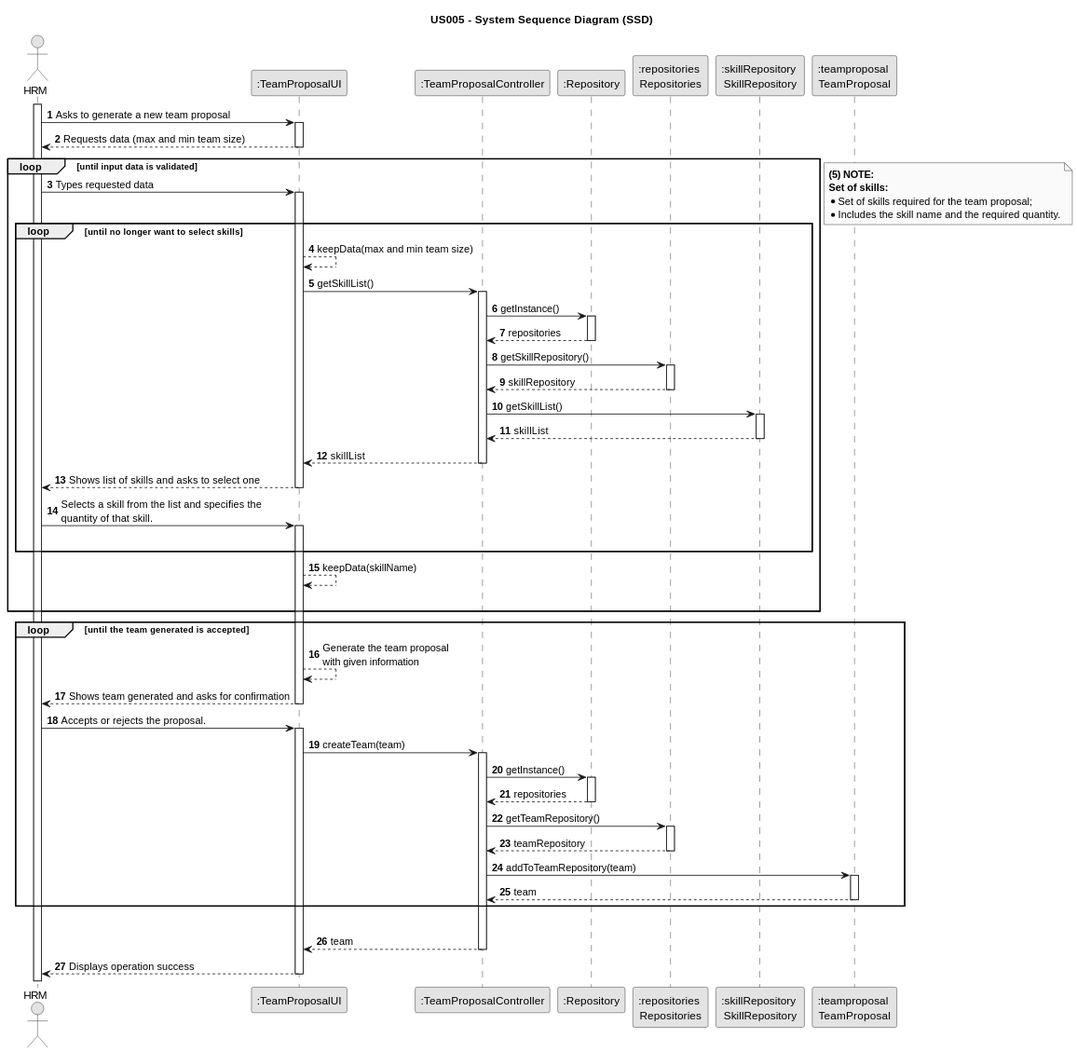
Above: docs/sprintB/us005/03.design/svg/us005-sequence-diagram.svg in Rui-San/LAPR2_2023_2024 (PlantUML), before the change. Source of this version:
```plantuml
@startuml
skinparam monochrome true
skinparam packageStyle rectangle
skinparam shadowing false

title US005 - System Sequence Diagram (SSD)

autonumber

actor "HRM" as Employee
participant ":TeamProposalUI" as System
participant ":TeamProposalController" as TPC
participant ":Repository" as REP
participant ":repositories \nRepositories" as REPS
participant ":skillRepository \nSkillRepository" as SR
participant ":teamproposal \nTeamProposal" as TP


activate Employee

    Employee -> System : Asks to generate a new team proposal
    activate System

        System --> Employee : Requests data (max and min team size)
    deactivate System

    loop until input data is validated

    Employee -> System : Types requested data


    |||
        loop until no longer want to select skills
            activate System
                System --> System : keepData(max and min team size)
                System -> TPC : getSkillList()

                activate TPC
                    TPC -> REP : getInstance()

                    activate REP
                        REP --> TPC : repositories
                    deactivate REP
                    TPC -> REPS : getSkillRepository()

                    activate REPS
                        REPS --> TPC : skillRepository
                    deactivate REPS

                    TPC -> SR : getSkillList()

                    activate SR
                    SR --> TPC : skillList
                    deactivate SR

                    TPC --> System : skillList
                deactivate TPC
                System --> Employee : Shows list of skills and asks to select one
            deactivate System

            Employee -> System : Selects a skill from the list and specifies the \nquantity of that skill.
            activate System
    |||
        end loop

    System --> System : keepData(skillName)
    |||

        end loop

        note right
                **(5) NOTE:**
                **Set of skills:**
                *Set of skills required for the team proposal;
                *Includes the skill name and the required quantity.
        end note

    loop until the team generated is accepted
    System --> System: Generate the team proposal\nwith given information


        System --> Employee : Shows team generated and asks for confirmation

    deactivate System


    Employee -> System : Accepts or rejects the proposal.
    activate System
        System -> TPC : createTeam(team)
        activate TPC
            TPC -> REP : getInstance()

                activate REP
                REP --> TPC : repositories
                deactivate REP
                TPC -> REPS : getTeamRepository()

                activate REPS
                REPS --> TPC : teamRepository
                deactivate REPS
                TPC -> TP : addToTeamRepository(team)

                activate TP
                TP --> TPC : team
                deactivate TP


    end loop
    |||
        TPC --> System : team
        deactivate TPC


        System --> Employee : Displays operation success
    deactivate System
@enduml
```
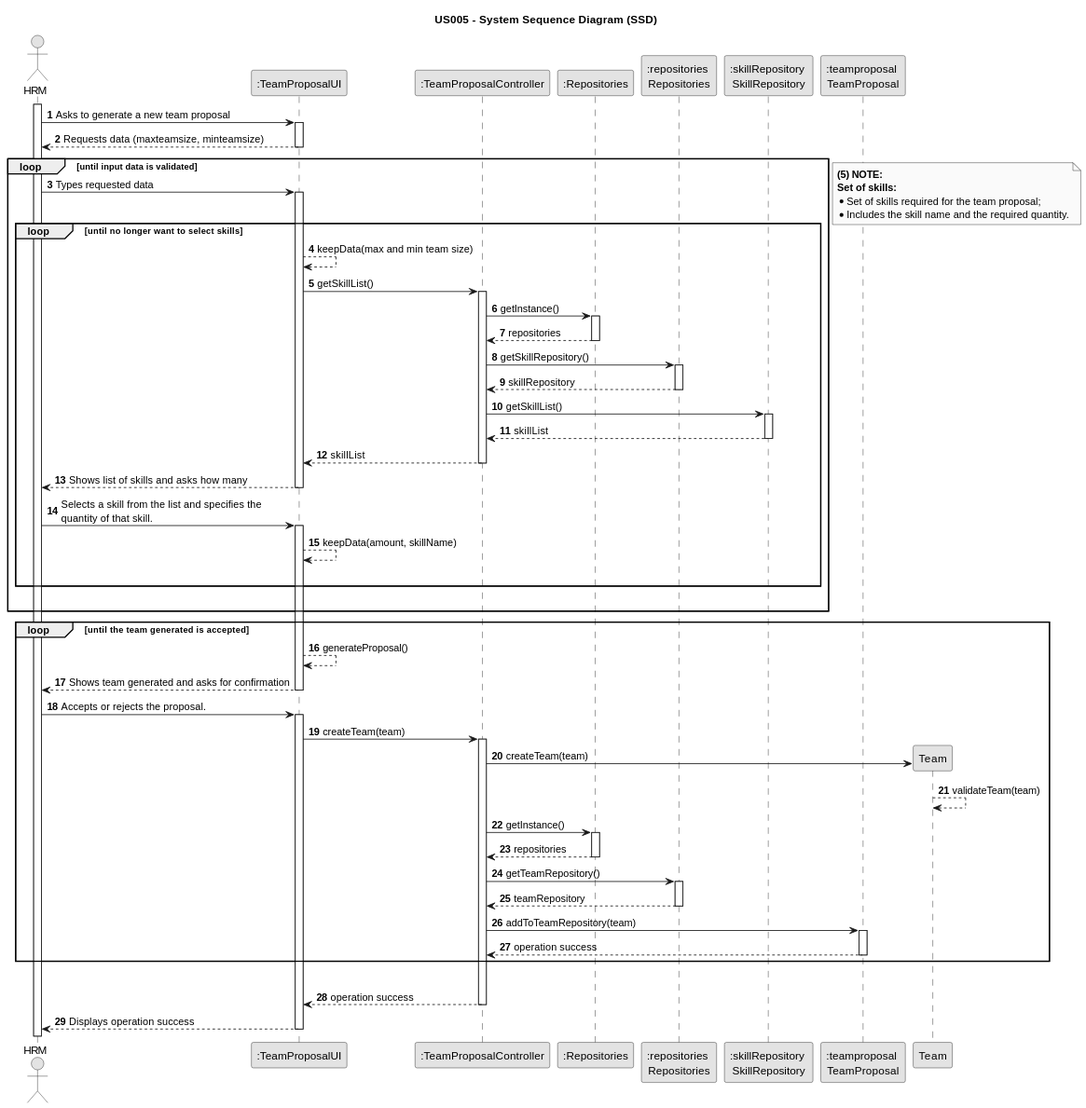
Later version of the same file.

Commit message:
us005\design: -sequence diagram adjusted and SVG generated

Diff of the diagram source:
```diff
@@ -10,7 +10,7 @@
 actor "HRM" as Employee
 participant ":TeamProposalUI" as System
 participant ":TeamProposalController" as TPC
-participant ":Repository" as REP
+participant ":Repositories" as REP
 participant ":repositories \nRepositories" as REPS
 participant ":skillRepository \nSkillRepository" as SR
 participant ":teamproposal \nTeamProposal" as TP
@@ -21,7 +21,7 @@
     Employee -> System : Asks to generate a new team proposal
     activate System
 
-        System --> Employee : Requests data (max and min team size)
+        System --> Employee : Requests data (maxteamsize, minteamsize)
     deactivate System
 
     loop until input data is validated
@@ -55,15 +55,15 @@
 
                     TPC --> System : skillList
                 deactivate TPC
-                System --> Employee : Shows list of skills and asks to select one
+                System --> Employee : Shows list of skills and asks how many
             deactivate System
 
             Employee -> System : Selects a skill from the list and specifies the \nquantity of that skill.
             activate System
+            System --> System : keepData(amount, skillName)
     |||
         end loop
 
-    System --> System : keepData(skillName)
     |||
 
         end loop
@@ -76,7 +76,7 @@
         end note
 
     loop until the team generated is accepted
-    System --> System: Generate the team proposal\nwith given information
+    System --> System: generateProposal()
 
 
         System --> Employee : Shows team generated and asks for confirmation
@@ -88,6 +88,9 @@
     activate System
         System -> TPC : createTeam(team)
         activate TPC
+
+            TPC -> Team** : createTeam(team)
+            Team --> Team : validateTeam(team)
             TPC -> REP : getInstance()
 
                 activate REP
@@ -101,13 +104,13 @@
                 TPC -> TP : addToTeamRepository(team)
 
                 activate TP
-                TP --> TPC : team
+                TP --> TPC : operation success
                 deactivate TP
 
 
     end loop
     |||
-        TPC --> System : team
+        TPC --> System : operation success
         deactivate TPC
 
 
```
